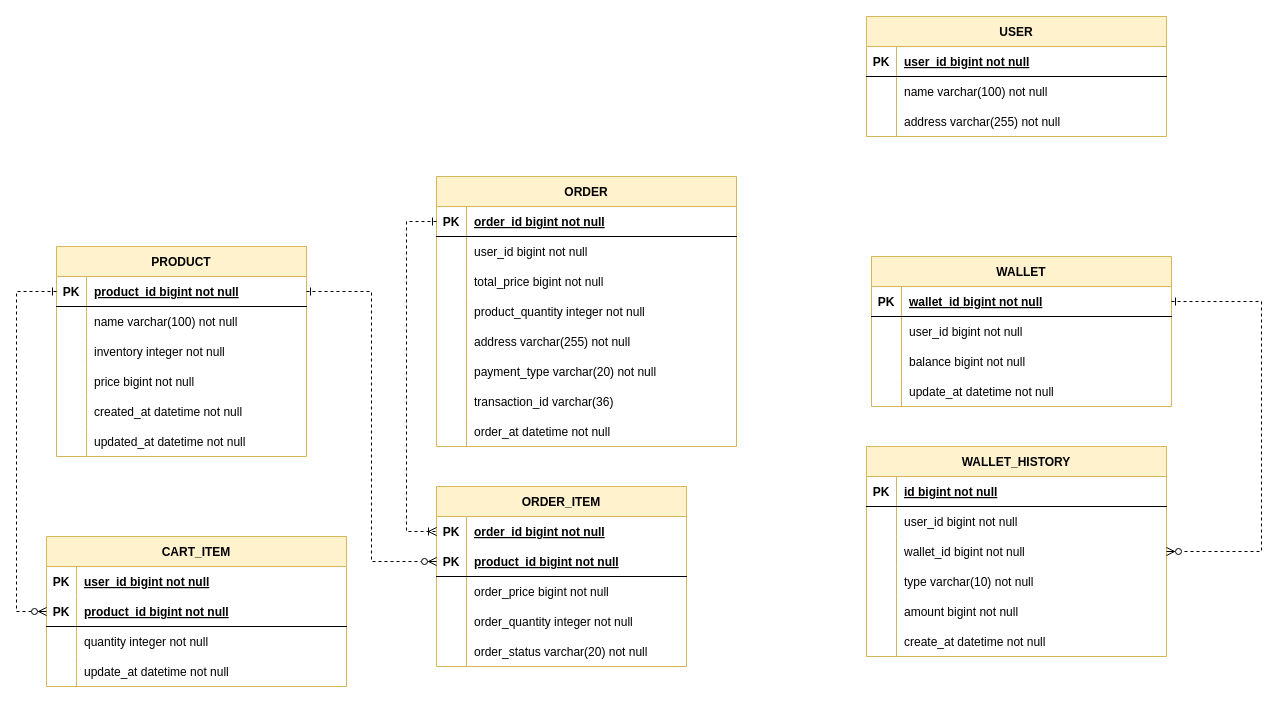
Before: ecommerce.drawio in keepbang/hanghae-ecommerce, a draw.io diagram. Source tidied: cells renumbered, new cells numbered last; positions are measured from the earlier drawing's top-left corner, leaving out a move shared by most shapes. Both pictures are drawn from the tidied source at 100%, with x=0, y=0 at pixel (16, 16).
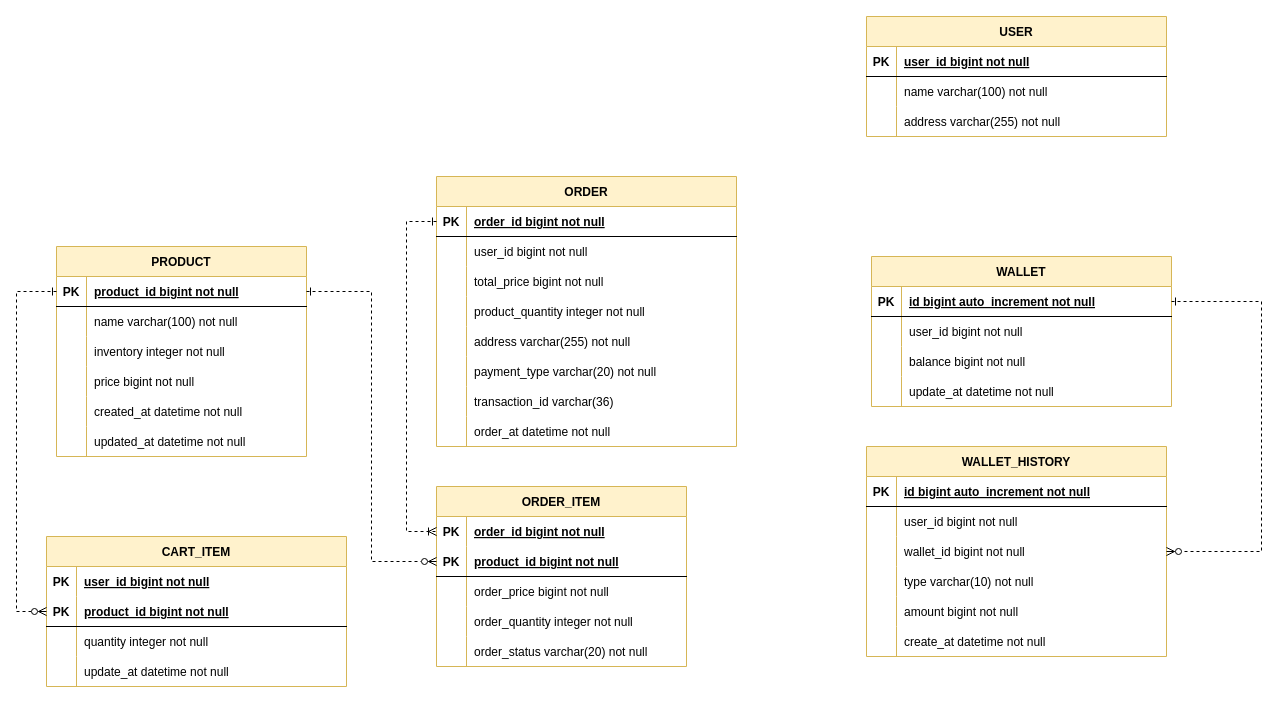
Above is the later version.

Unchanged cells that the change refers to:
```xml
<mxCell id="65" style="shape=partialRectangle;fillColor=none;points=[[0,0.5],[1,0.5]];portConstraint=eastwest;top=0;left=0;right=0;bottom=1;" parent="64" vertex="1">
  <mxGeometry y="30" width="300" height="30" as="geometry" />
</mxCell>
<mxCell id="78" style="shape=partialRectangle;fillColor=none;top=0;left=0;right=0;bottom=1;" parent="77" vertex="1">
  <mxGeometry y="30" width="300" height="30" as="geometry" />
</mxCell>
```

What changed in the source:
```diff
@@
-    <mxCell id="67" value="wallet_id bigint not null" style="shape=partialRectangle;overflow=hidden;fillColor=none;top=0;left=0;bottom=0;right=0;align=left;spacingLeft=6;fontStyle=5;" parent="65" vertex="1">
+    <mxCell id="67" value="id bigint auto_increment not null" style="shape=partialRectangle;overflow=hidden;fillColor=none;top=0;left=0;bottom=0;right=0;align=left;spacingLeft=6;fontStyle=5;" parent="65" vertex="1">
       <mxGeometry x="30" width="270" height="30" as="geometry" />
     </mxCell>
@@
-    <mxCell id="80" value="id bigint not null" style="shape=partialRectangle;overflow=hidden;fillColor=none;top=0;left=0;bottom=0;right=0;align=left;spacingLeft=6;fontStyle=5;" parent="78" vertex="1">
+    <mxCell id="80" value="id bigint auto_increment not null" style="shape=partialRectangle;overflow=hidden;fillColor=none;top=0;left=0;bottom=0;right=0;align=left;spacingLeft=6;fontStyle=5;" parent="78" vertex="1">
       <mxGeometry x="30" width="270" height="30" as="geometry" />
     </mxCell>
```
